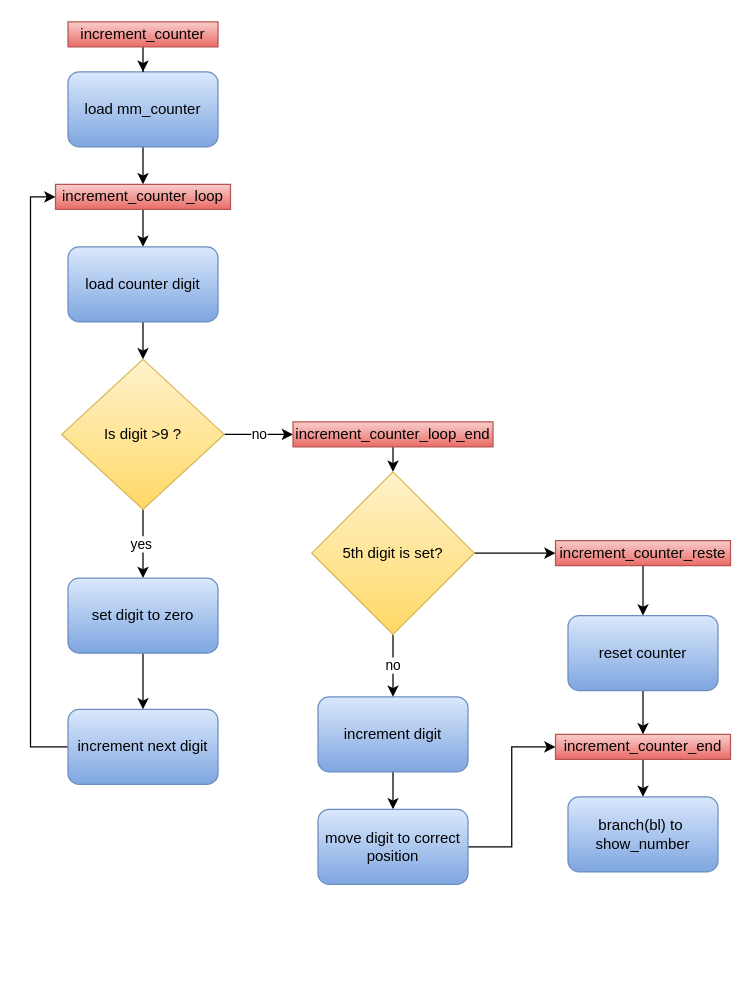
Above: diagrams/Programmablauf_increment_counter.drawio in DerToaster98/SysProgTIT18 (draw.io), before the change. Source tidied: cells renumbered, new cells numbered last; positions are measured from the earlier drawing's top-left corner, leaving out a move shared by most shapes. Both pictures are drawn from the tidied source at 125%, with x=0, y=0 at pixel (30, 21).
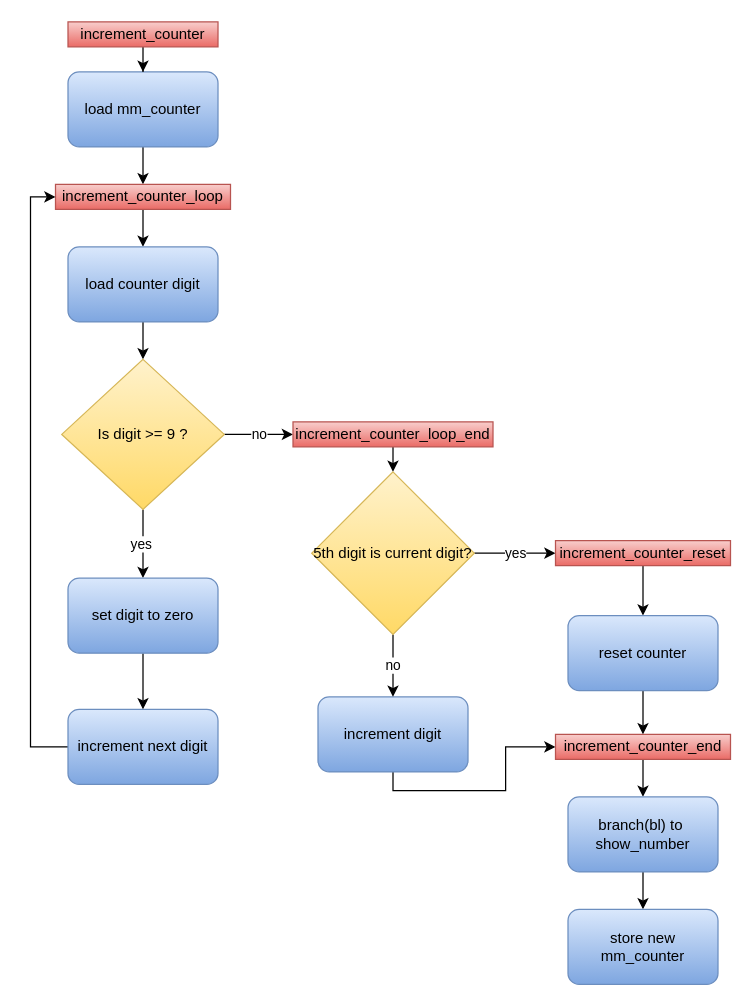
After the change.

The change refers to these unchanged cells:
```xml
<mxCell id="20" value="increment digit" style="rounded=1;whiteSpace=wrap;html=1;gradientColor=#7ea6e0;fillColor=#dae8fc;strokeColor=#6c8ebf;" parent="1" vertex="1">
  <mxGeometry x="229.9" y="540" width="120" height="60" as="geometry" />
</mxCell>
<mxCell id="29" value="increment_counter_end" style="text;html=1;strokeColor=#b85450;fillColor=#f8cecc;align=center;verticalAlign=middle;whiteSpace=wrap;rounded=0;gradientColor=#ea6b66;" parent="1" vertex="1">
  <mxGeometry x="419.9" y="570" width="140" height="20" as="geometry" />
</mxCell>
<mxCell id="32" value="branch(bl) to&amp;nbsp;&lt;br&gt;show_number" style="rounded=1;whiteSpace=wrap;html=1;gradientColor=#7ea6e0;fillColor=#dae8fc;strokeColor=#6c8ebf;" parent="1" vertex="1">
  <mxGeometry x="429.9" y="620" width="120" height="60" as="geometry" />
</mxCell>
```

The edit, as a diff of the source:
```diff
@@
-    <mxCell id="12" value="Is digit &amp;gt;9 ?" style="rhombus;whiteSpace=wrap;html=1;gradientColor=#ffd966;fillColor=#fff2cc;strokeColor=#d6b656;" parent="1" vertex="1">
+    <mxCell id="12" value="Is digit &amp;gt;= 9 ?" style="rhombus;whiteSpace=wrap;html=1;gradientColor=#ffd966;fillColor=#fff2cc;strokeColor=#d6b656;" parent="1" vertex="1">
       <mxGeometry x="24.9" y="270" width="130" height="120" as="geometry" />
     </mxCell>
@@
-    <mxCell id="19" style="edgeStyle=orthogonalEdgeStyle;rounded=0;jettySize=auto;html=1;exitX=0.5;exitY=1;exitDx=0;exitDy=0;entryX=0.5;entryY=0;entryDx=0;entryDy=0;" parent="1" edge="1" source="20" target="22">
-      <mxGeometry relative="1" as="geometry" />
+    <mxCell id="19" style="edgeStyle=orthogonalEdgeStyle;rounded=0;jettySize=auto;html=1;exitX=0.5;exitY=1;exitDx=0;exitDy=0;entryX=0;entryY=0.5;entryDx=0;entryDy=0;" parent="1" edge="1" source="20" target="29">
+      <mxGeometry relative="1" as="geometry">
+        <Array as="points">
+          <mxPoint x="290" y="615" />
+          <mxPoint x="380" y="615" />
+          <mxPoint x="380" y="580" />
+        </Array>
+      </mxGeometry>
     </mxCell>
@@
-    <mxCell id="21" style="edgeStyle=orthogonalEdgeStyle;rounded=0;jettySize=auto;html=1;entryX=0;entryY=0.5;entryDx=0;entryDy=0;" parent="1" edge="1" source="22" target="29">
-      <mxGeometry relative="1" as="geometry" />
-    </mxCell>
-    <mxCell id="22" value="move digit to correct position" style="rounded=1;whiteSpace=wrap;html=1;gradientColor=#7ea6e0;fillColor=#dae8fc;strokeColor=#6c8ebf;" parent="1" vertex="1">
-      <mxGeometry x="229.9" y="630" width="120" height="60" as="geometry" />
-    </mxCell>
@@
-    <mxCell id="24" style="edgeStyle=orthogonalEdgeStyle;rounded=0;jettySize=auto;html=1;exitX=1;exitY=0.5;exitDx=0;exitDy=0;entryX=0;entryY=0.5;entryDx=0;entryDy=0;" parent="1" edge="1" source="25" target="27">
+    <mxCell id="24" value="yes" style="edgeStyle=orthogonalEdgeStyle;rounded=0;jettySize=auto;html=1;exitX=1;exitY=0.5;exitDx=0;exitDy=0;entryX=0;entryY=0.5;entryDx=0;entryDy=0;" parent="1" edge="1" source="25" target="27">
       <mxGeometry relative="1" as="geometry" />
     </mxCell>
-    <mxCell id="25" value="5th digit is set?" style="rhombus;whiteSpace=wrap;html=1;gradientColor=#ffd966;fillColor=#fff2cc;strokeColor=#d6b656;" parent="1" vertex="1">
+    <mxCell id="25" value="5th digit is current digit?" style="rhombus;whiteSpace=wrap;html=1;gradientColor=#ffd966;fillColor=#fff2cc;strokeColor=#d6b656;" parent="1" vertex="1">
       <mxGeometry x="224.9" y="360" width="130" height="130" as="geometry" />
     </mxCell>
@@
-    <mxCell id="27" value="increment_counter_reste" style="text;html=1;strokeColor=#b85450;fillColor=#f8cecc;align=center;verticalAlign=middle;whiteSpace=wrap;rounded=0;gradientColor=#ea6b66;" parent="1" vertex="1">
+    <mxCell id="27" value="increment_counter_reset" style="text;html=1;strokeColor=#b85450;fillColor=#f8cecc;align=center;verticalAlign=middle;whiteSpace=wrap;rounded=0;gradientColor=#ea6b66;" parent="1" vertex="1">
       <mxGeometry x="419.9" y="415" width="140" height="20" as="geometry" />
     </mxCell>
@@
+    <mxCell id="33" style="edgeStyle=orthogonalEdgeStyle;rounded=0;jettySize=auto;html=1;" parent="1" edge="1" source="32" target="34">
+      <mxGeometry relative="1" as="geometry" />
+    </mxCell>
@@
+    <mxCell id="34" value="store new mm_counter" style="rounded=1;whiteSpace=wrap;html=1;gradientColor=#7ea6e0;fillColor=#dae8fc;strokeColor=#6c8ebf;" parent="1" vertex="1">
+      <mxGeometry x="429.9" y="710" width="120" height="60" as="geometry" />
+    </mxCell>
```
